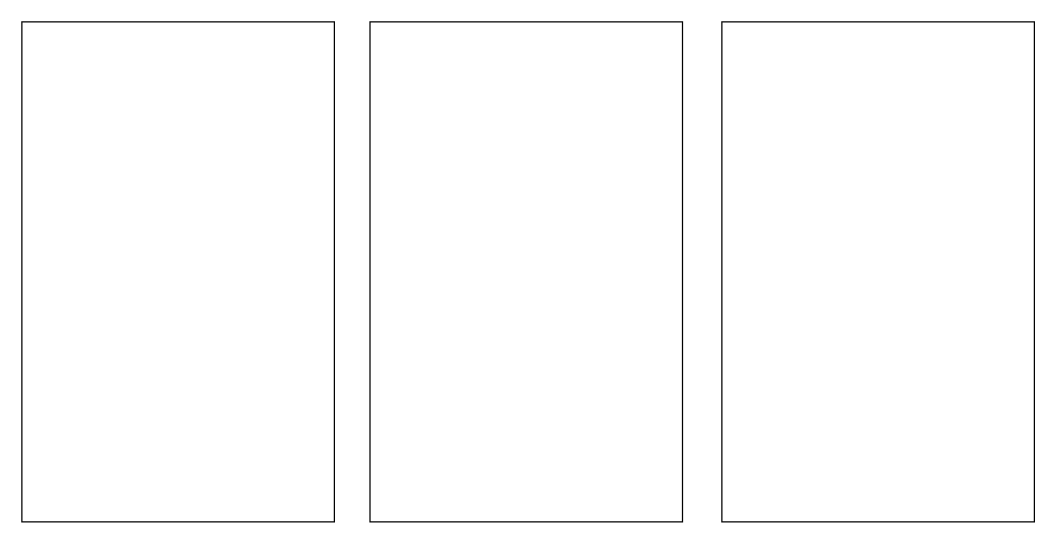
Earlier version of the draw.io diagram cal.drawio (kshomazirou/calcalcal). Source tidied: cells renumbered, new cells numbered last; positions are measured from the earlier drawing's top-left corner, leaving out a move shared by most shapes. Both pictures are drawn from the tidied source at 125%, with x=0, y=0 at pixel (21, 21).
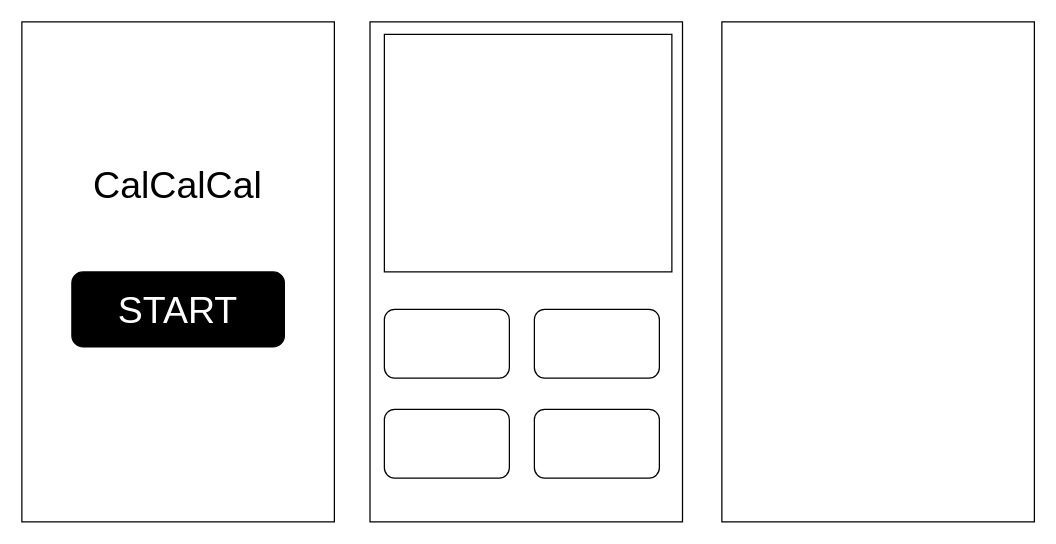
The same diagram, later.

Commit message (it also covers changes not shown here):
cal.drawio を更新します

What changed in the source:
```diff
@@
 <mxGraphModel>
   <root>
     <mxCell id="0" />
     <mxCell id="1" parent="0" />
     <mxCell id="2" style="rounded=0;whiteSpace=wrap;html=1;" parent="1" vertex="1">
       <mxGeometry width="250" height="400" as="geometry" />
     </mxCell>
     <mxCell id="3" style="rounded=0;whiteSpace=wrap;html=1;" parent="1" vertex="1">
       <mxGeometry x="278.5" width="250" height="400" as="geometry" />
     </mxCell>
     <mxCell id="4" style="rounded=0;whiteSpace=wrap;html=1;" parent="1" vertex="1">
       <mxGeometry x="560" width="250" height="400" as="geometry" />
     </mxCell>
+    <mxCell id="5" value="&lt;span style=&quot;font-size: 30px;&quot;&gt;CalCalCal&lt;/span&gt;" style="text;html=1;strokeColor=none;fillColor=none;align=center;verticalAlign=middle;whiteSpace=wrap;rounded=0;" parent="1" vertex="1">
+      <mxGeometry x="45" y="110" width="160" height="40" as="geometry" />
+    </mxCell>
+    <mxCell id="6" style="rounded=1;whiteSpace=wrap;html=1;fillColor=#000000;" parent="1" vertex="1">
+      <mxGeometry x="40" y="200" width="170" height="60" as="geometry" />
+    </mxCell>
+    <mxCell id="7" value="&lt;font color=&quot;#ffffff&quot; style=&quot;font-size: 30px;&quot;&gt;START&lt;/font&gt;" style="text;html=1;strokeColor=none;fillColor=none;align=center;verticalAlign=middle;whiteSpace=wrap;rounded=0;" parent="1" vertex="1">
+      <mxGeometry x="40" y="215" width="170" height="30" as="geometry" />
+    </mxCell>
+    <mxCell id="8" style="rounded=1;whiteSpace=wrap;html=1;" parent="1" vertex="1">
+      <mxGeometry x="290" y="230" width="100" height="55" as="geometry" />
+    </mxCell>
+    <mxCell id="9" style="rounded=1;whiteSpace=wrap;html=1;" parent="1" vertex="1">
+      <mxGeometry x="410" y="230" width="100" height="55" as="geometry" />
+    </mxCell>
+    <mxCell id="10" style="rounded=1;whiteSpace=wrap;html=1;" parent="1" vertex="1">
+      <mxGeometry x="290" y="310" width="100" height="55" as="geometry" />
+    </mxCell>
+    <mxCell id="11" style="rounded=1;whiteSpace=wrap;html=1;" parent="1" vertex="1">
+      <mxGeometry x="410" y="310" width="100" height="55" as="geometry" />
+    </mxCell>
+    <mxCell id="12" style="rounded=0;whiteSpace=wrap;html=1;" parent="1" vertex="1">
+      <mxGeometry x="290" y="10" width="230" height="190" as="geometry" />
+    </mxCell>
   </root>
 </mxGraphModel>
```
